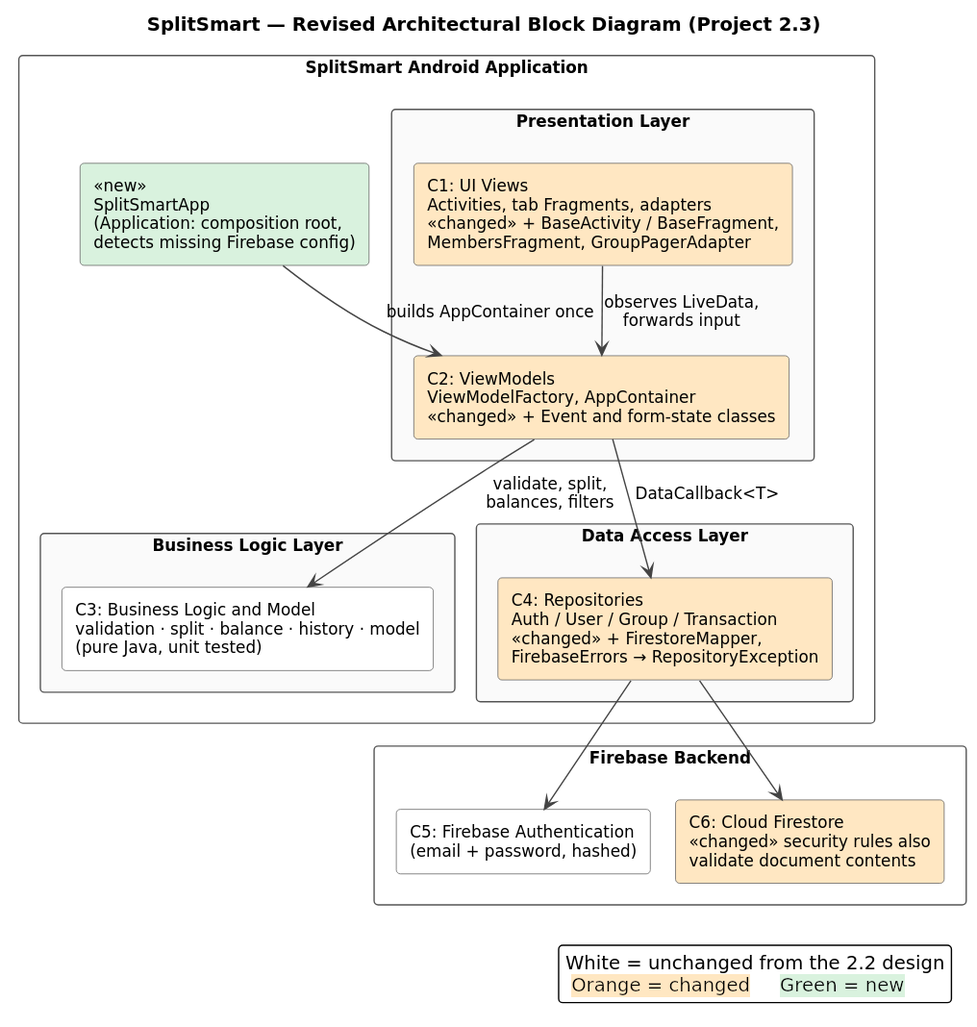
Earlier version of the PlantUML export docs/diagrams/architecture.svg (AuxDevarapalli/CSCI310-Project). Its diagram source:
```plantuml
@startuml
!pragma layout smetana
!include style.iuml
title SplitSmart — Revised Architectural Block Diagram (Project 2.3)

skinparam rectangle {
  BackgroundColor #FFFFFF
  BorderColor #555555
}

rectangle "SplitSmart Android Application" as appbox {
  rectangle "<<new>>\nSplitSmartApp\n(Application: composition root,\ndetects missing Firebase config)" as APP #D9F2DE
  rectangle "Presentation Layer" as pres #FAFAFA {
    rectangle "C1: UI Views\nActivities, tab Fragments, adapters\n<<changed>> + BaseActivity / BaseFragment,\nMembersFragment, GroupPagerAdapter" as C1 #FFE7C2
    rectangle "C2: ViewModels\nViewModelFactory, AppContainer\n<<changed>> + Event and form-state classes" as C2 #FFE7C2
  }
  rectangle "Business Logic Layer" as biz #FAFAFA {
    rectangle "C3: Business Logic and Model\nvalidation · split · balance · history · model\n(pure Java, unit tested)" as C3
  }
  rectangle "Data Access Layer" as dal #FAFAFA {
    rectangle "C4: Repositories\nAuth / User / Group / Transaction\n<<changed>> + FirestoreMapper,\nFirebaseErrors → RepositoryException" as C4 #FFE7C2
  }
}

rectangle "Firebase Backend" as fb {
  rectangle "C5: Firebase Authentication\n(email + password, hashed)" as C5
  rectangle "C6: Cloud Firestore\n<<changed>> security rules also\nvalidate document contents" as C6 #FFE7C2
}

APP -down-> C2 : builds AppContainer once
C1 -down-> C2 : observes LiveData,\nforwards input
C2 -down-> C3 : validate, split,\nbalances, filters
C2 -down-> C4 : DataCallback<T>
C4 -down-> C5
C4 -down-> C6

legend bottom right
  White = unchanged from the 2.2 design
  <back:#FFE7C2> Orange = changed </back>   <back:#D9F2DE> Green = new </back>
endlegend
@enduml
```
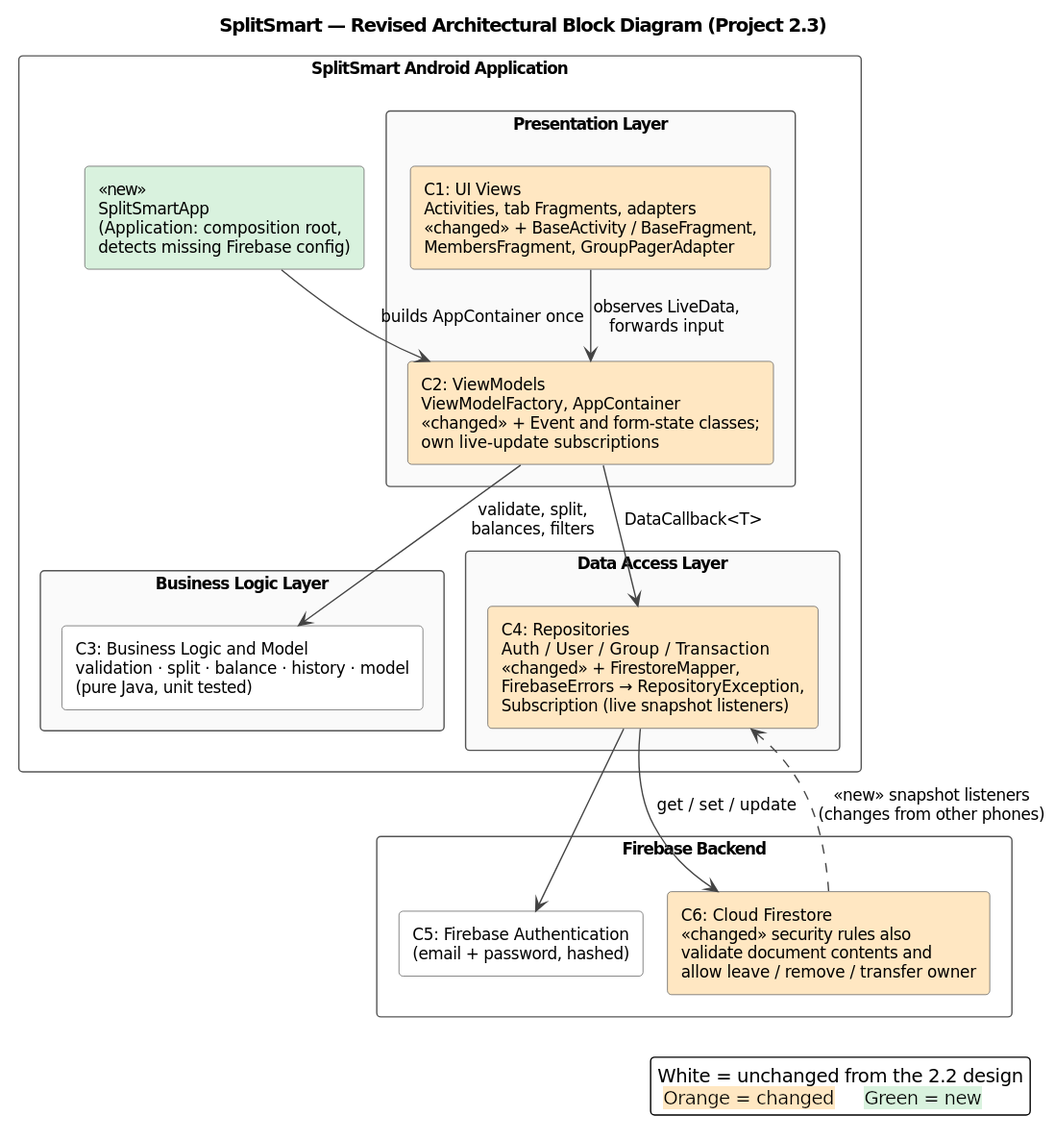
The same diagram one commit later.

What changed in the source:
```diff
@@ -12,19 +12,19 @@
   rectangle "<<new>>\nSplitSmartApp\n(Application: composition root,\ndetects missing Firebase config)" as APP #D9F2DE
   rectangle "Presentation Layer" as pres #FAFAFA {
     rectangle "C1: UI Views\nActivities, tab Fragments, adapters\n<<changed>> + BaseActivity / BaseFragment,\nMembersFragment, GroupPagerAdapter" as C1 #FFE7C2
-    rectangle "C2: ViewModels\nViewModelFactory, AppContainer\n<<changed>> + Event and form-state classes" as C2 #FFE7C2
+    rectangle "C2: ViewModels\nViewModelFactory, AppContainer\n<<changed>> + Event and form-state classes;\nown live-update subscriptions" as C2 #FFE7C2
   }
   rectangle "Business Logic Layer" as biz #FAFAFA {
     rectangle "C3: Business Logic and Model\nvalidation · split · balance · history · model\n(pure Java, unit tested)" as C3
   }
   rectangle "Data Access Layer" as dal #FAFAFA {
-    rectangle "C4: Repositories\nAuth / User / Group / Transaction\n<<changed>> + FirestoreMapper,\nFirebaseErrors → RepositoryException" as C4 #FFE7C2
+    rectangle "C4: Repositories\nAuth / User / Group / Transaction\n<<changed>> + FirestoreMapper,\nFirebaseErrors → RepositoryException,\nSubscription (live snapshot listeners)" as C4 #FFE7C2
   }
 }
 
 rectangle "Firebase Backend" as fb {
   rectangle "C5: Firebase Authentication\n(email + password, hashed)" as C5
-  rectangle "C6: Cloud Firestore\n<<changed>> security rules also\nvalidate document contents" as C6 #FFE7C2
+  rectangle "C6: Cloud Firestore\n<<changed>> security rules also\nvalidate document contents and\nallow leave / remove / transfer owner" as C6 #FFE7C2
 }
 
 APP -down-> C2 : builds AppContainer once
@@ -32,7 +32,8 @@
 C2 -down-> C3 : validate, split,\nbalances, filters
 C2 -down-> C4 : DataCallback<T>
 C4 -down-> C5
-C4 -down-> C6
+C4 -down-> C6 : get / set / update
+C6 .up.> C4 : <<new>> snapshot listeners\n(changes from other phones)
 
 legend bottom right
   White = unchanged from the 2.2 design
```
